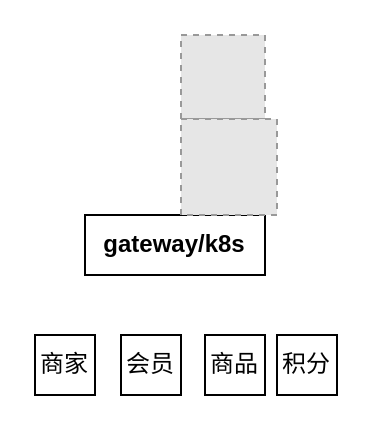
Earlier version of the draw.io diagram Untitled Diagram.drawio (china-xs/kratos-study). Source tidied: cells renumbered, new cells numbered last; positions are measured from the earlier drawing's top-left corner, leaving out a move shared by most shapes. Both pictures are drawn from the tidied source at 200%, with x=0, y=0 at pixel (34, 34). Pictures stored in the file or linked from it are replaced by grey dashed boxes.
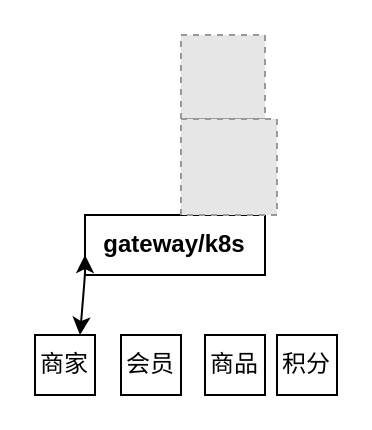
After the change.

Change to the diagram source:
```diff
@@
 <mxGraphModel>
   <root>
     <mxCell id="0" />
     <mxCell id="1" parent="0" />
     <mxCell id="2" value="&lt;b&gt;gateway/k8s&lt;/b&gt;" style="whiteSpace=wrap;html=1;" parent="1" vertex="1">
       <mxGeometry x="25" y="90" width="90" height="30" as="geometry" />
     </mxCell>
     <mxCell id="3" style="fillColor=#E6E6E6;strokeColor=#999999;dashed=1;verticalLabelPosition=bottom;verticalAlign=top;" parent="1" vertex="1">
       <mxGeometry x="73" width="42" height="42" as="geometry" />
     </mxCell>
     <mxCell id="4" style="fillColor=#E6E6E6;strokeColor=#999999;dashed=1;verticalLabelPosition=bottom;verticalAlign=top;" parent="1" vertex="1">
       <mxGeometry x="73" y="42" width="48" height="48" as="geometry" />
     </mxCell>
     <mxCell id="5" value="商家" style="rounded=0;whiteSpace=wrap;html=1;" parent="1" vertex="1">
       <mxGeometry y="150" width="30" height="30" as="geometry" />
     </mxCell>
     <mxCell id="6" value="会员" style="rounded=0;whiteSpace=wrap;html=1;" parent="1" vertex="1">
       <mxGeometry x="43" y="150" width="30" height="30" as="geometry" />
     </mxCell>
     <mxCell id="7" value="商品" style="rounded=0;whiteSpace=wrap;html=1;" parent="1" vertex="1">
       <mxGeometry x="85" y="150" width="30" height="30" as="geometry" />
     </mxCell>
     <mxCell id="8" value="积分" style="rounded=0;whiteSpace=wrap;html=1;" parent="1" vertex="1">
       <mxGeometry x="121" y="150" width="30" height="30" as="geometry" />
     </mxCell>
+    <mxCell id="9" style="endArrow=classic;startArrow=classic;html=1;exitX=0.75;exitY=0;exitDx=0;exitDy=0;" parent="1" edge="1" source="5">
+      <mxGeometry relative="1" as="geometry">
+        <mxPoint x="25" y="110" as="targetPoint" />
+        <Array as="points">
+          <mxPoint x="25" y="120" />
+        </Array>
+      </mxGeometry>
+    </mxCell>
   </root>
 </mxGraphModel>
```
